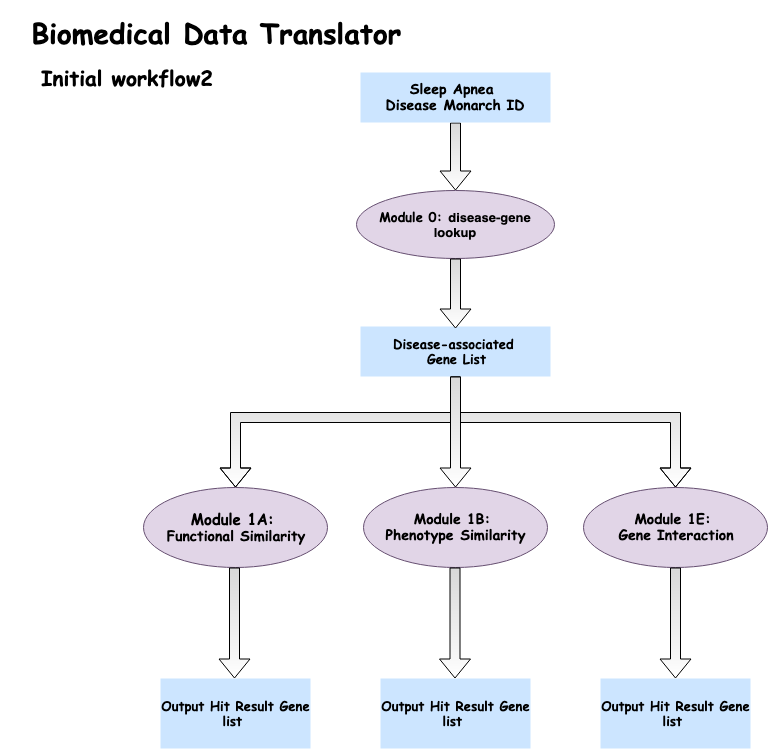
Before: workflow2_diagram.png, a diagram exported from draw.io (imxiaow/SleepApnea-Presentation). Source tidied: cells renumbered, new cells last; positions are measured from the earlier drawing's top-left corner, leaving out a move shared by most shapes.
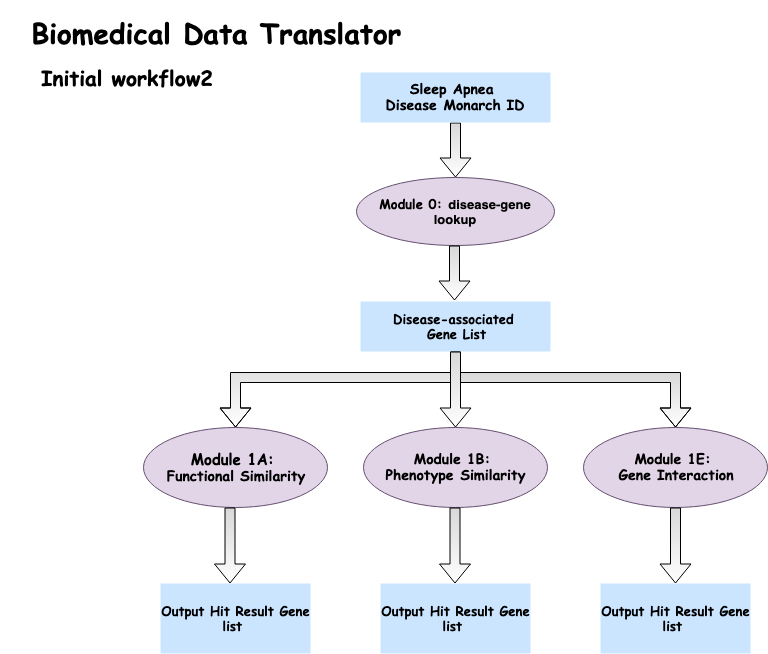
After the commit.

Change to the diagram source:
```diff
@@ -5,85 +5,87 @@
     <mxCell id="2" value="&lt;h2 style=&quot;text-align: left&quot;&gt;&lt;font face=&quot;Comic Sans MS&quot; style=&quot;font-size: 21px&quot;&gt;Initial workflow2&amp;nbsp;&lt;/font&gt;&lt;/h2&gt;" style="text;html=1;strokeColor=none;fillColor=none;align=center;verticalAlign=middle;whiteSpace=wrap;rounded=0;" parent="1" vertex="1">
       <mxGeometry x="30" y="40" width="200" height="40" as="geometry" />
     </mxCell>
-    <mxCell id="3" style="edgeStyle=orthogonalEdgeStyle;rounded=0;jettySize=auto;html=1;shape=flexArrow;fillColor=#D9D9D9;gradientColor=#ffffff;entryX=0.5;entryY=0;entryDx=0;entryDy=0;" parent="1" edge="1" source="4" target="6">
-      <mxGeometry relative="1" as="geometry" />
+    <mxCell id="3" style="edgeStyle=orthogonalEdgeStyle;rounded=0;jettySize=auto;html=1;shape=flexArrow;fillColor=#D9D9D9;gradientColor=#ffffff;" parent="1" edge="1" source="4">
+      <mxGeometry relative="1" as="geometry">
+        <mxPoint x="455" y="160" as="targetPoint" />
+      </mxGeometry>
     </mxCell>
     <mxCell id="4" value="&lt;h3&gt;&lt;font face=&quot;Comic Sans MS&quot;&gt;Sleep Apnea&amp;nbsp;&lt;br&gt;&lt;/font&gt;&lt;font face=&quot;Comic Sans MS&quot;&gt;Disease&amp;nbsp;&lt;span&gt;Monarch ID&lt;/span&gt;&lt;/font&gt;&lt;/h3&gt;" style="rounded=0;whiteSpace=wrap;html=1;fillColor=#cce5ff;strokeColor=none;" parent="1" vertex="1">
       <mxGeometry x="360" y="55" width="190" height="50" as="geometry" />
     </mxCell>
     <mxCell id="5" value="&lt;h4 style=&quot;font-size: 13px&quot;&gt;&lt;font face=&quot;Comic Sans MS&quot; style=&quot;font-size: 13px&quot;&gt;Disease-associated&amp;nbsp;&lt;br&gt;&lt;/font&gt;&lt;font face=&quot;Comic Sans MS&quot; style=&quot;font-size: 13px&quot;&gt;Gene List&lt;/font&gt;&lt;/h4&gt;" style="rounded=0;whiteSpace=wrap;html=1;fillColor=#cce5ff;strokeColor=none;" parent="1" vertex="1">
-      <mxGeometry x="360" y="309" width="190" height="50" as="geometry" />
+      <mxGeometry x="360" y="284" width="190" height="50" as="geometry" />
     </mxCell>
     <mxCell id="6" value="&lt;h3&gt;&lt;/h3&gt;&lt;h3 style=&quot;font-size: 13px&quot;&gt;&lt;font face=&quot;Comic Sans MS&quot; style=&quot;font-size: 13px&quot;&gt;Module 0:&amp;nbsp;&lt;/font&gt;disease-gene lookup&lt;/h3&gt;" style="ellipse;whiteSpace=wrap;html=1;fillColor=#e1d5e7;strokeColor=#654E70;gradientColor=none;" parent="1" vertex="1">
-      <mxGeometry x="356" y="173" width="198" height="68" as="geometry" />
+      <mxGeometry x="356" y="160" width="198" height="68" as="geometry" />
     </mxCell>
-    <mxCell id="7" style="edgeStyle=orthogonalEdgeStyle;rounded=0;orthogonalLoop=1;jettySize=auto;html=1;shape=flexArrow;fillColor=#D9D9D9;gradientColor=#ffffff;entryX=0.5;entryY=0;entryDx=0;entryDy=0;" parent="1" edge="1">
-      <mxGeometry relative="1" as="geometry">
-        <mxPoint x="455" y="241" as="sourcePoint" />
-        <mxPoint x="455" y="311" as="targetPoint" />
-      </mxGeometry>
-    </mxCell>
     <mxCell id="8" style="edgeStyle=elbowEdgeStyle;elbow=vertical;startArrow=none;endArrow=block;rounded=0;fillColor=#D9D9D9;gradientColor=#ffffff;fontFamily=Comic Sans MS;shape=flexArrow;strokeColor=#000000;" parent="1" edge="1">
       <mxGeometry relative="1" as="geometry">
         <mxPoint x="455" y="359" as="sourcePoint" />
-        <mxPoint x="675" y="470" as="targetPoint" />
+        <mxPoint x="675" y="410" as="targetPoint" />
         <Array as="points">
-          <mxPoint x="540" y="400" />
+          <mxPoint x="560" y="360" />
         </Array>
       </mxGeometry>
     </mxCell>
     <mxCell id="9" style="edgeStyle=elbowEdgeStyle;elbow=vertical;startArrow=none;endArrow=block;rounded=0;fillColor=#D9D9D9;gradientColor=#ffffff;fontFamily=Comic Sans MS;shape=flexArrow;strokeColor=#000000;exitX=0.5;exitY=1;exitDx=0;exitDy=0;" parent="1" edge="1" source="5">
       <mxGeometry relative="1" as="geometry">
-        <mxPoint x="235" y="470" as="targetPoint" />
+        <mxPoint x="235" y="410" as="targetPoint" />
         <Array as="points">
-          <mxPoint x="410" y="400" />
+          <mxPoint x="340" y="360" />
         </Array>
       </mxGeometry>
     </mxCell>
-    <mxCell id="10" style="edgeStyle=orthogonalEdgeStyle;rounded=0;orthogonalLoop=1;jettySize=auto;html=1;shape=flexArrow;fillColor=#D9D9D9;gradientColor=#ffffff;" parent="1" edge="1">
-      <mxGeometry relative="1" as="geometry">
-        <mxPoint x="455" y="359" as="sourcePoint" />
-        <mxPoint x="455" y="470" as="targetPoint" />
-      </mxGeometry>
-    </mxCell>
     <mxCell id="11" value="&lt;h4 style=&quot;font-size: 13px&quot;&gt;&lt;font face=&quot;Comic Sans MS&quot;&gt;Output Hit Result Gene list&amp;nbsp;&lt;/font&gt;&lt;/h4&gt;" style="rounded=0;whiteSpace=wrap;html=1;fillColor=#cce5ff;strokeColor=none;" parent="1" vertex="1">
-      <mxGeometry x="160" y="661" width="150" height="70" as="geometry" />
+      <mxGeometry x="160" y="566" width="150" height="70" as="geometry" />
     </mxCell>
     <mxCell id="12" value="&lt;h3&gt;&lt;/h3&gt;&lt;h3 style=&quot;text-align: center&quot;&gt;&lt;font face=&quot;Comic Sans MS&quot;&gt;&lt;font style=&quot;font-size: 15px&quot;&gt;Module 1A:&amp;nbsp;&lt;br&gt;&lt;/font&gt;&lt;/font&gt;&lt;font face=&quot;Comic Sans MS&quot;&gt;&lt;b&gt;Functional Similarity&lt;/b&gt;&lt;/font&gt;&lt;/h3&gt;" style="ellipse;whiteSpace=wrap;html=1;fillColor=#e1d5e7;strokeColor=#654E70;gradientColor=none;" parent="1" vertex="1">
-      <mxGeometry x="143" y="470" width="184" height="80" as="geometry" />
+      <mxGeometry x="143" y="410" width="184" height="80" as="geometry" />
     </mxCell>
     <mxCell id="13" value="&lt;h3&gt;&lt;/h3&gt;&lt;h3 style=&quot;font-size: 15px&quot;&gt;&lt;/h3&gt;&lt;h3&gt;&lt;font face=&quot;Comic Sans MS&quot;&gt;&lt;font&gt;Module 1B:&amp;nbsp;&lt;br&gt;&lt;/font&gt;&lt;/font&gt;&lt;font face=&quot;Comic Sans MS&quot;&gt;&lt;span&gt;Phenotype&lt;/span&gt;&amp;nbsp;Similarity&lt;/font&gt;&lt;/h3&gt;" style="ellipse;whiteSpace=wrap;html=1;fillColor=#e1d5e7;strokeColor=#654E70;gradientColor=none;" parent="1" vertex="1">
-      <mxGeometry x="363" y="470" width="184" height="80" as="geometry" />
+      <mxGeometry x="363" y="410" width="184" height="80" as="geometry" />
     </mxCell>
     <mxCell id="14" value="&lt;h3&gt;&lt;/h3&gt;&lt;h3&gt;&lt;font face=&quot;Comic Sans MS&quot;&gt;Module 1E:&amp;nbsp;&lt;br&gt;&lt;/font&gt;&lt;font face=&quot;Comic Sans MS&quot;&gt;Gene Interaction&lt;/font&gt;&lt;/h3&gt;" style="ellipse;whiteSpace=wrap;html=1;fillColor=#e1d5e7;strokeColor=#654E70;gradientColor=none;" parent="1" vertex="1">
-      <mxGeometry x="583" y="470" width="184" height="80" as="geometry" />
+      <mxGeometry x="583" y="410" width="184" height="80" as="geometry" />
     </mxCell>
-    <mxCell id="15" style="edgeStyle=orthogonalEdgeStyle;rounded=0;orthogonalLoop=1;jettySize=auto;html=1;shape=flexArrow;fillColor=#D9D9D9;gradientColor=#ffffff;" parent="1" edge="1">
-      <mxGeometry relative="1" as="geometry">
-        <mxPoint x="454.5" y="550" as="sourcePoint" />
-        <mxPoint x="454.5" y="661" as="targetPoint" />
-      </mxGeometry>
-    </mxCell>
-    <mxCell id="16" style="edgeStyle=orthogonalEdgeStyle;rounded=0;orthogonalLoop=1;jettySize=auto;html=1;shape=flexArrow;fillColor=#D9D9D9;gradientColor=#ffffff;" parent="1" edge="1">
-      <mxGeometry relative="1" as="geometry">
-        <mxPoint x="675" y="550" as="sourcePoint" />
-        <mxPoint x="675" y="661" as="targetPoint" />
-      </mxGeometry>
-    </mxCell>
-    <mxCell id="17" style="edgeStyle=orthogonalEdgeStyle;rounded=0;orthogonalLoop=1;jettySize=auto;html=1;shape=flexArrow;fillColor=#D9D9D9;gradientColor=#ffffff;" parent="1" edge="1">
-      <mxGeometry relative="1" as="geometry">
-        <mxPoint x="234" y="550" as="sourcePoint" />
-        <mxPoint x="234" y="661" as="targetPoint" />
-      </mxGeometry>
-    </mxCell>
     <mxCell id="18" value="&lt;h1&gt;&lt;b&gt;&lt;font face=&quot;Comic Sans MS&quot; style=&quot;font-size: 28px&quot;&gt;Biomedical Data Translator&amp;nbsp;&lt;/font&gt;&lt;/b&gt;&lt;/h1&gt;" style="text;html=1;strokeColor=none;fillColor=none;align=center;verticalAlign=middle;whiteSpace=wrap;rounded=0;" parent="1" vertex="1">
       <mxGeometry width="445" height="30" as="geometry" />
     </mxCell>
     <mxCell id="19" value="&lt;h4 style=&quot;font-size: 13px&quot;&gt;&lt;font face=&quot;Comic Sans MS&quot;&gt;Output Hit Result Gene list&amp;nbsp;&lt;/font&gt;&lt;/h4&gt;" style="rounded=0;whiteSpace=wrap;html=1;fillColor=#cce5ff;strokeColor=none;" parent="1" vertex="1">
-      <mxGeometry x="380" y="661" width="150" height="70" as="geometry" />
+      <mxGeometry x="380" y="566" width="150" height="70" as="geometry" />
     </mxCell>
     <mxCell id="20" value="&lt;h4 style=&quot;font-size: 13px&quot;&gt;&lt;font face=&quot;Comic Sans MS&quot;&gt;Output Hit Result Gene list&amp;nbsp;&lt;/font&gt;&lt;/h4&gt;" style="rounded=0;whiteSpace=wrap;html=1;fillColor=#cce5ff;strokeColor=none;" parent="1" vertex="1">
-      <mxGeometry x="600" y="661" width="150" height="70" as="geometry" />
+      <mxGeometry x="600" y="566" width="150" height="70" as="geometry" />
     </mxCell>
+    <mxCell id="21" style="edgeStyle=orthogonalEdgeStyle;rounded=0;orthogonalLoop=1;jettySize=auto;html=1;shape=flexArrow;fillColor=#D9D9D9;gradientColor=#ffffff;" parent="1" edge="1">
+      <mxGeometry relative="1" as="geometry">
+        <mxPoint x="454" y="228" as="sourcePoint" />
+        <mxPoint x="454" y="283" as="targetPoint" />
+      </mxGeometry>
+    </mxCell>
+    <mxCell id="22" style="edgeStyle=orthogonalEdgeStyle;rounded=0;orthogonalLoop=1;jettySize=auto;html=1;shape=flexArrow;fillColor=#D9D9D9;gradientColor=#ffffff;" parent="1" edge="1">
+      <mxGeometry relative="1" as="geometry">
+        <mxPoint x="455" y="334" as="sourcePoint" />
+        <mxPoint x="455" y="410" as="targetPoint" />
+      </mxGeometry>
+    </mxCell>
+    <mxCell id="23" style="edgeStyle=orthogonalEdgeStyle;rounded=0;orthogonalLoop=1;jettySize=auto;html=1;shape=flexArrow;fillColor=#D9D9D9;gradientColor=#ffffff;" parent="1" edge="1">
+      <mxGeometry relative="1" as="geometry">
+        <mxPoint x="454.5" y="490" as="sourcePoint" />
+        <mxPoint x="454.5" y="566" as="targetPoint" />
+      </mxGeometry>
+    </mxCell>
+    <mxCell id="24" style="edgeStyle=orthogonalEdgeStyle;rounded=0;orthogonalLoop=1;jettySize=auto;html=1;shape=flexArrow;fillColor=#D9D9D9;gradientColor=#ffffff;" parent="1" edge="1">
+      <mxGeometry relative="1" as="geometry">
+        <mxPoint x="675" y="490" as="sourcePoint" />
+        <mxPoint x="675" y="566" as="targetPoint" />
+      </mxGeometry>
+    </mxCell>
+    <mxCell id="25" style="edgeStyle=orthogonalEdgeStyle;rounded=0;orthogonalLoop=1;jettySize=auto;html=1;shape=flexArrow;fillColor=#D9D9D9;gradientColor=#ffffff;" parent="1" edge="1">
+      <mxGeometry relative="1" as="geometry">
+        <mxPoint x="229.5" y="490" as="sourcePoint" />
+        <mxPoint x="229.5" y="566" as="targetPoint" />
+      </mxGeometry>
+    </mxCell>
   </root>
 </mxGraphModel>
```
